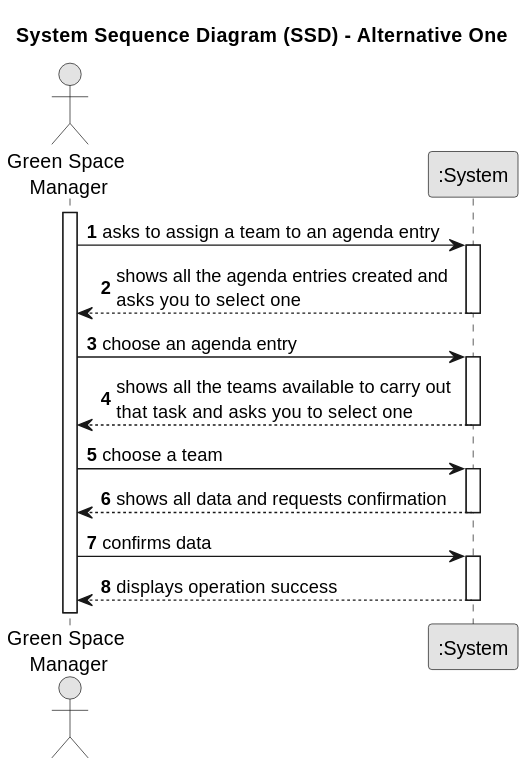
Above: docs/sprintC/us023/01.requirements-engineering/svg/us023-system-sequence-diagram-alternative-one.svg in diogoveirospro/lei-24-s2-1dg-g072 (PlantUML), before the change.
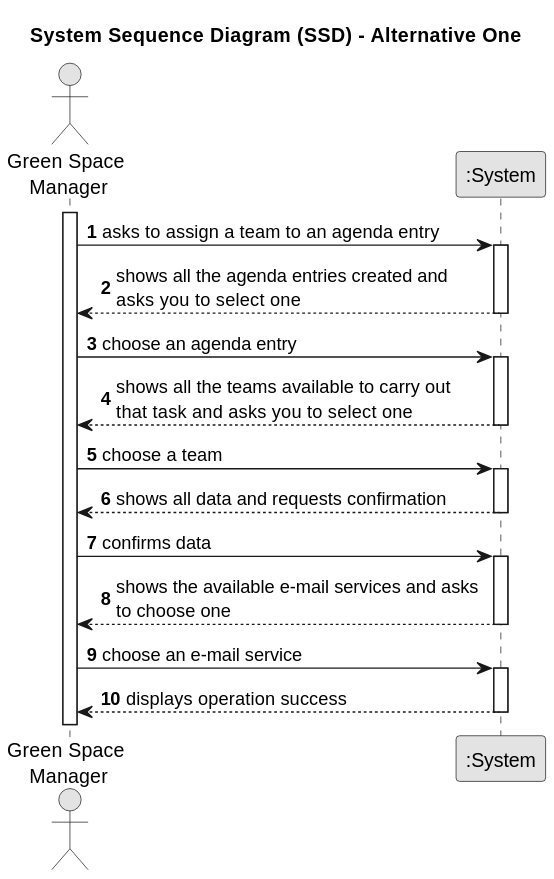
The same file after the commit.

Change to the diagram source:
```diff
@@ -33,6 +33,12 @@
     GSM -> System : confirms data
     activate System
 
+        System --> GSM : shows the available e-mail services and asks \nto choose one
+    deactivate System
+
+    GSM -> System : choose an e-mail service
+    activate System
+
         System --> GSM : displays operation success
     deactivate System
 @enduml
```
